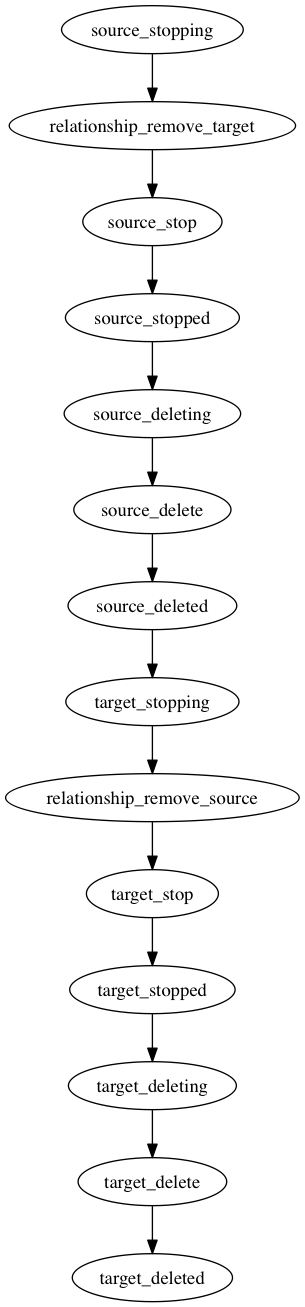
The Graphviz diagram images/2.0.0/concepts/uninstall_wf_rel.png in alien4cloud/alien4cloud.github.io, before a commit. Its source is kept beside it as images/2.0.0/concepts/uninstall_wf_rel.dot. Source of this version:
```dot
digraph relationship_uninstall_workflow {
  target_stopping -> relationship_remove_source -> target_stop -> target_stopped -> target_deleting -> target_delete -> target_deleted;
  source_stopping -> relationship_remove_target -> source_stop -> source_stopped -> source_deleting -> source_delete -> source_deleted;
  source_deleted -> target_stopping;
}
```
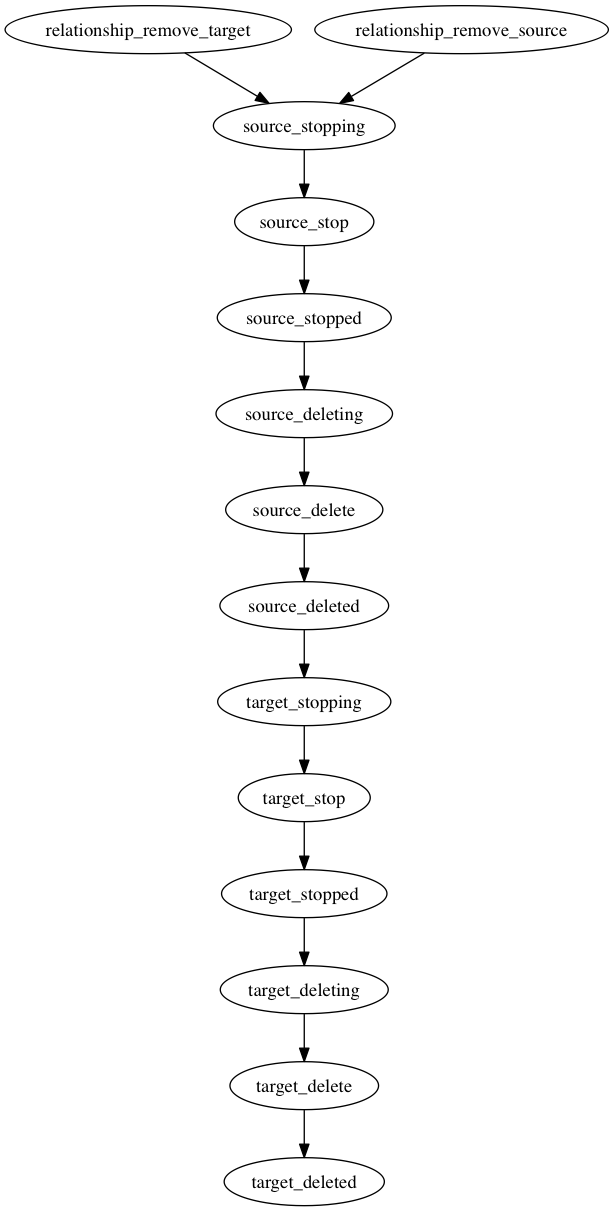
The same diagram one commit later.

What changed in the source:
```diff
@@ -1,5 +1,6 @@
 digraph relationship_uninstall_workflow {
-  target_stopping -> relationship_remove_source -> target_stop -> target_stopped -> target_deleting -> target_delete -> target_deleted;
-  source_stopping -> relationship_remove_target -> source_stop -> source_stopped -> source_deleting -> source_delete -> source_deleted;
+  target_stopping -> target_stop -> target_stopped -> target_deleting -> target_delete -> target_deleted;
+  relationship_remove_target -> source_stopping -> source_stop -> source_stopped -> source_deleting -> source_delete -> source_deleted;
+  relationship_remove_source -> source_stopping;
   source_deleted -> target_stopping;
 }
```
